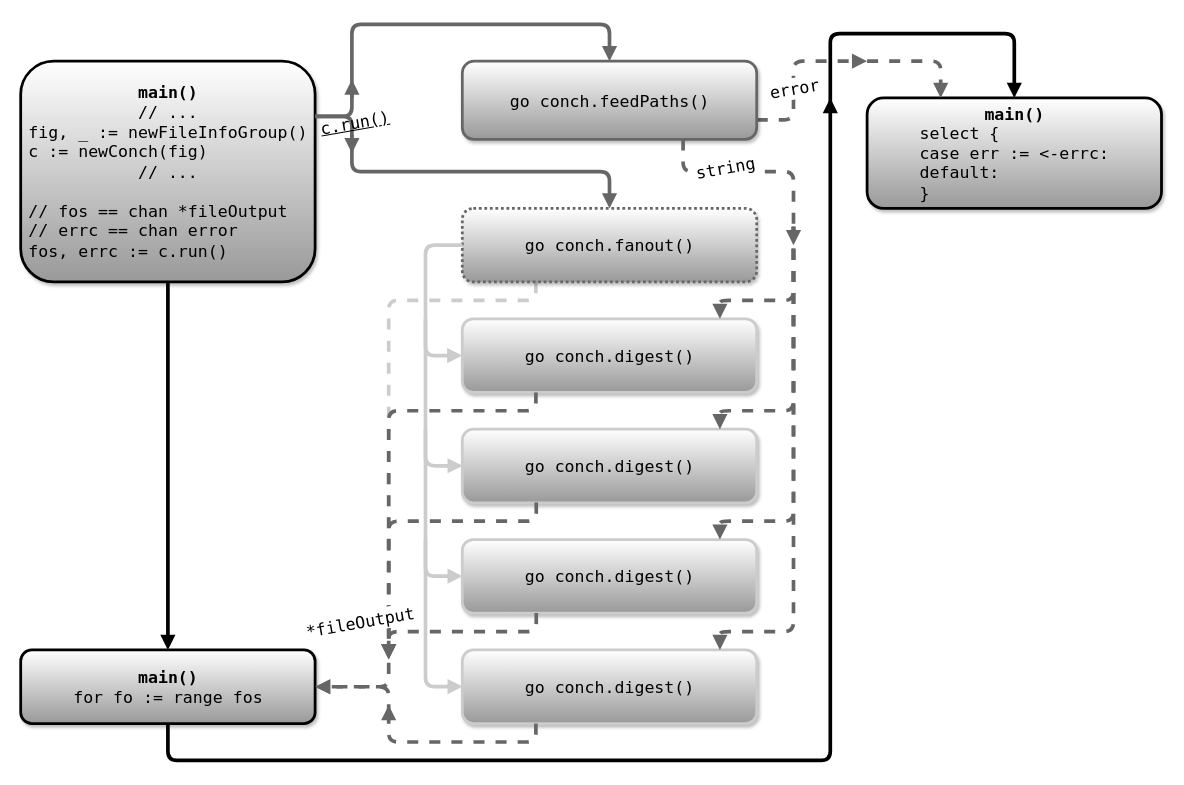
Above: talks/feeding_concurrent_processes/svg/conch0-v002.dio in euggo/meetup (draw.io), before the change. Source tidied: cells renumbered, new cells numbered last; positions are measured from the earlier drawing's top-left corner, leaving out a move shared by most shapes. Both pictures are drawn from the tidied source at 92%, with x=0, y=0 at pixel (20, -17).
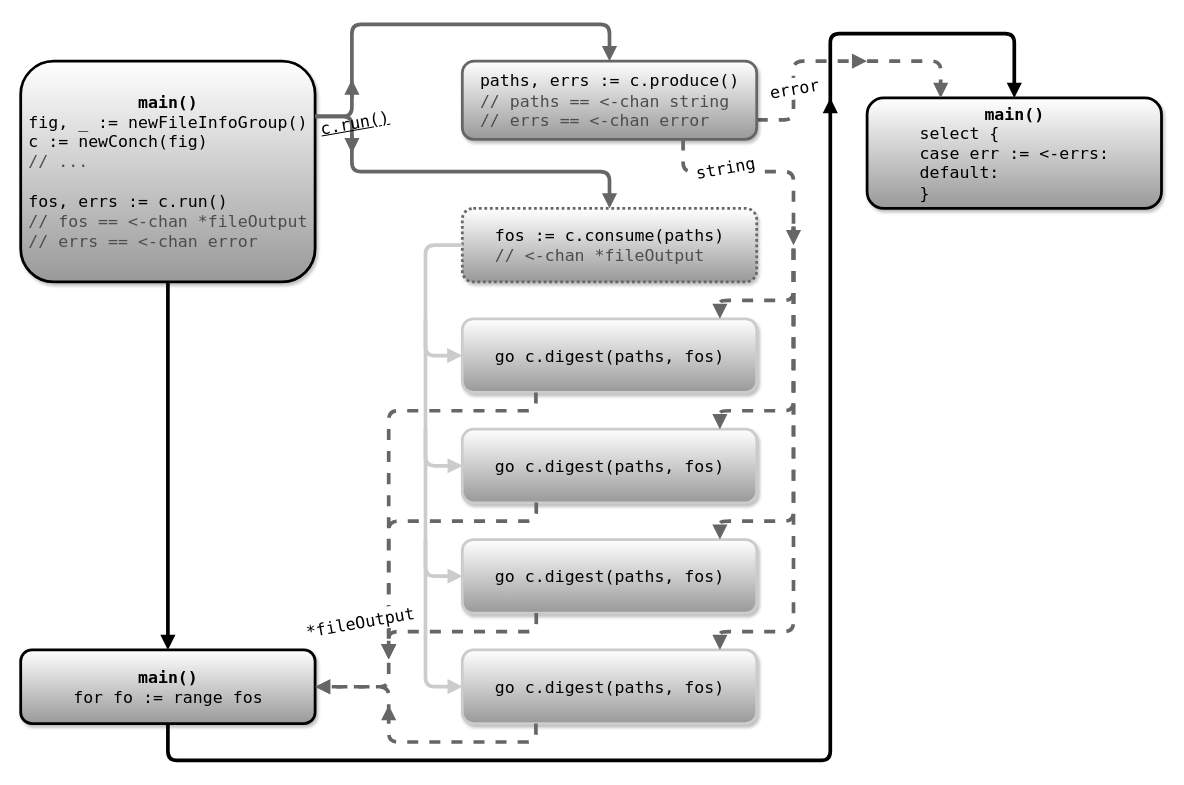
The same diagram, later.

What changed in the source:
```diff
@@
-    <mxCell id="2" style="edgeStyle=elbowEdgeStyle;strokeWidth=4;endArrow=block;endFill=1;fontStyle=0;dashed=1;html=1;fontFamily=Lucida Console;fontSize=18;elbow=vertical;exitX=0.25;exitY=1;strokeColor=#CCCCCC;" parent="1" edge="1" source="10">
-      <mxGeometry x="-700" y="60" as="geometry">
-        <mxPoint x="400" y="735" as="targetPoint" />
-        <Array as="points">
-          <mxPoint x="490" y="345" />
-        </Array>
-      </mxGeometry>
-    </mxCell>
@@
-    <mxCell id="4" value="go conch.feedPaths()" style="rounded=1;fillColor=#FFFFFF;strokeColor=#666666;shadow=1;gradientColor=#999999;fontStyle=0;html=1;fontFamily=Lucida Console;fontSize=18;strokeWidth=3;" parent="1" vertex="1">
+    <mxCell id="4" value="&lt;div style=&quot;text-align: left&quot;&gt;&lt;span&gt;paths, errs := c.produce()&lt;/span&gt;&lt;/div&gt;&lt;div style=&quot;text-align: left&quot;&gt;&lt;font color=&quot;#4d4d4d&quot;&gt;// paths == &amp;lt;-chan string&lt;/font&gt;&lt;/div&gt;&lt;div style=&quot;text-align: left&quot;&gt;&lt;font color=&quot;#4d4d4d&quot;&gt;// errs == &amp;lt;-chan error&lt;/font&gt;&lt;/div&gt;" style="rounded=1;fillColor=#FFFFFF;strokeColor=#666666;shadow=1;gradientColor=#999999;fontStyle=0;html=1;fontFamily=Lucida Console;fontSize=18;strokeWidth=3;" parent="1" vertex="1">
       <mxGeometry x="480" y="85" width="320" height="85" as="geometry" />
     </mxCell>
@@
-    <mxCell id="6" value="&lt;div style=&quot;text-align: center&quot;&gt;&lt;span&gt;&lt;b&gt;main()&lt;/b&gt;&lt;/span&gt;&lt;/div&gt;&lt;div style=&quot;text-align: center&quot;&gt;&lt;span&gt;// ...&lt;/span&gt;&lt;/div&gt;&lt;div style=&quot;text-align: left&quot;&gt;fig, _ := newFileInfoGroup()&lt;/div&gt;&lt;div style=&quot;text-align: left&quot;&gt;c := newConch(fig)&lt;/div&gt;&lt;div style=&quot;text-align: center&quot;&gt;// ...&lt;/div&gt;&lt;div style=&quot;text-align: center&quot;&gt;&lt;br&gt;&lt;/div&gt;&lt;div style=&quot;text-align: left&quot;&gt;// fos == chan *fileOutput&lt;/div&gt;&lt;div style=&quot;text-align: left&quot;&gt;// errc == chan error&lt;/div&gt;&lt;div style=&quot;text-align: left&quot;&gt;fos, errc := c.run()&lt;/div&gt;" style="rounded=1;fillColor=#FFFFFF;strokeColor=#000000;shadow=1;gradientColor=#999999;fontStyle=0;html=1;fontFamily=Lucida Console;fontSize=18;strokeWidth=3;align=center;" parent="1" vertex="1">
+    <mxCell id="6" value="&lt;div style=&quot;text-align: center&quot;&gt;&lt;span&gt;&lt;b&gt;main()&lt;/b&gt;&lt;/span&gt;&lt;/div&gt;&lt;div style=&quot;text-align: left&quot;&gt;&lt;span&gt;fig, _ := newFileInfoGroup()&lt;/span&gt;&lt;br&gt;&lt;/div&gt;&lt;div style=&quot;text-align: left&quot;&gt;c := newConch(fig)&lt;/div&gt;&lt;div style=&quot;text-align: left&quot;&gt;&lt;font color=&quot;#4d4d4d&quot;&gt;// ...&lt;/font&gt;&lt;/div&gt;&lt;div style=&quot;text-align: center&quot;&gt;&lt;br&gt;&lt;/div&gt;&lt;div style=&quot;text-align: left&quot;&gt;&lt;span&gt;fos, errs := c.run()&lt;/span&gt;&lt;br&gt;&lt;/div&gt;&lt;div style=&quot;text-align: left&quot;&gt;&lt;div&gt;&lt;font color=&quot;#4d4d4d&quot;&gt;// fos == &amp;lt;-chan *fileOutput&lt;/font&gt;&lt;/div&gt;&lt;div&gt;&lt;font color=&quot;#4d4d4d&quot;&gt;// errs == &amp;lt;-chan error&lt;/font&gt;&lt;/div&gt;&lt;/div&gt;" style="rounded=1;fillColor=#FFFFFF;strokeColor=#000000;shadow=1;gradientColor=#999999;fontStyle=0;html=1;fontFamily=Lucida Console;fontSize=18;strokeWidth=3;align=center;" parent="1" vertex="1">
       <mxGeometry y="85" width="320" height="240" as="geometry" />
     </mxCell>
@@
-    <mxCell id="8" value="&lt;b&gt;main()&lt;/b&gt;&lt;div style=&quot;text-align: left&quot;&gt;for fo := range fos&lt;/div&gt;" style="rounded=1;fillColor=#FFFFFF;strokeColor=#000000;shadow=1;gradientColor=#999999;fontStyle=0;html=1;fontFamily=Lucida Console;fontSize=18;strokeWidth=3;" parent="1" vertex="1">
+    <mxCell id="8" value="&lt;b&gt;main()&lt;/b&gt;&lt;div style=&quot;text-align: left&quot;&gt;&lt;span&gt;for fo := range fos&lt;/span&gt;&lt;br&gt;&lt;/div&gt;" style="rounded=1;fillColor=#FFFFFF;strokeColor=#000000;shadow=1;gradientColor=#999999;fontStyle=0;html=1;fontFamily=Lucida Console;fontSize=18;strokeWidth=3;" parent="1" vertex="1">
       <mxGeometry y="725" width="320" height="80" as="geometry" />
     </mxCell>
@@
-    <mxCell id="10" value="go conch.fanout()" style="rounded=1;fillColor=#FFFFFF;strokeColor=#666666;shadow=1;gradientColor=#999999;fontStyle=0;html=1;fontFamily=Lucida Console;fontSize=18;strokeWidth=3;dashed=1;dashPattern=1 1;" parent="1" vertex="1">
+    <mxCell id="10" value="&lt;div style=&quot;text-align: left&quot;&gt;&lt;span&gt;fos := c.consume(paths)&lt;/span&gt;&lt;/div&gt;&lt;div style=&quot;text-align: left&quot;&gt;&lt;font color=&quot;#4d4d4d&quot;&gt;// &amp;lt;-chan *fileOutput&lt;/font&gt;&lt;/div&gt;" style="rounded=1;fillColor=#FFFFFF;strokeColor=#666666;shadow=1;gradientColor=#999999;fontStyle=0;html=1;fontFamily=Lucida Console;fontSize=18;strokeWidth=3;dashed=1;dashPattern=1 1;" parent="1" vertex="1">
       <mxGeometry x="480" y="245" width="320" height="80" as="geometry" />
     </mxCell>
@@
-    <mxCell id="12" value="go conch.digest&lt;span&gt;()&lt;/span&gt;" style="rounded=1;fillColor=#FFFFFF;strokeColor=#CCCCCC;shadow=1;gradientColor=#999999;fontStyle=0;html=1;fontFamily=Lucida Console;fontSize=18;strokeWidth=3;" parent="1" vertex="1">
+    <mxCell id="12" value="&lt;div style=&quot;text-align: left&quot;&gt;&lt;span&gt;go c.digest&lt;/span&gt;&lt;span&gt;(paths, fos)&lt;/span&gt;&lt;/div&gt;" style="rounded=1;fillColor=#FFFFFF;strokeColor=#CCCCCC;shadow=1;gradientColor=#999999;fontStyle=0;html=1;fontFamily=Lucida Console;fontSize=18;strokeWidth=3;" parent="1" vertex="1">
       <mxGeometry x="480" y="365" width="320" height="80" as="geometry" />
     </mxCell>
-    <mxCell id="13" value="go conch.digest&lt;span&gt;()&lt;/span&gt;" style="rounded=1;fillColor=#FFFFFF;strokeColor=#CCCCCC;shadow=1;gradientColor=#999999;fontStyle=0;html=1;fontFamily=Lucida Console;fontSize=18;strokeWidth=3;" parent="1" vertex="1">
+    <mxCell id="13" value="&lt;div style=&quot;text-align: left&quot;&gt;&lt;span&gt;go c.digest&lt;/span&gt;&lt;span&gt;(paths, fos)&lt;/span&gt;&lt;/div&gt;" style="rounded=1;fillColor=#FFFFFF;strokeColor=#CCCCCC;shadow=1;gradientColor=#999999;fontStyle=0;html=1;fontFamily=Lucida Console;fontSize=18;strokeWidth=3;" parent="1" vertex="1">
       <mxGeometry x="480" y="485" width="320" height="80" as="geometry" />
     </mxCell>
-    <mxCell id="14" value="go conch.digest&lt;span&gt;()&lt;/span&gt;" style="rounded=1;fillColor=#FFFFFF;strokeColor=#CCCCCC;shadow=1;gradientColor=#999999;fontStyle=0;html=1;fontFamily=Lucida Console;fontSize=18;strokeWidth=3;" parent="1" vertex="1">
+    <mxCell id="14" value="&lt;div style=&quot;text-align: left&quot;&gt;&lt;span&gt;go c.digest&lt;/span&gt;&lt;span&gt;(paths, fos)&lt;/span&gt;&lt;/div&gt;" style="rounded=1;fillColor=#FFFFFF;strokeColor=#CCCCCC;shadow=1;gradientColor=#999999;fontStyle=0;html=1;fontFamily=Lucida Console;fontSize=18;strokeWidth=3;" parent="1" vertex="1">
       <mxGeometry x="480" y="605" width="320" height="80" as="geometry" />
     </mxCell>
-    <mxCell id="15" value="go conch.digest&lt;span&gt;()&lt;/span&gt;" style="rounded=1;fillColor=#FFFFFF;strokeColor=#CCCCCC;shadow=1;gradientColor=#999999;fontStyle=0;html=1;fontFamily=Lucida Console;fontSize=18;strokeWidth=3;" parent="1" vertex="1">
+    <mxCell id="15" value="&lt;div style=&quot;text-align: left&quot;&gt;&lt;span&gt;go c.digest&lt;/span&gt;&lt;span&gt;(paths, fos)&lt;/span&gt;&lt;/div&gt;" style="rounded=1;fillColor=#FFFFFF;strokeColor=#CCCCCC;shadow=1;gradientColor=#999999;fontStyle=0;html=1;fontFamily=Lucida Console;fontSize=18;strokeWidth=3;" parent="1" vertex="1">
       <mxGeometry x="480" y="725" width="320" height="80" as="geometry" />
     </mxCell>
@@
-    <mxCell id="29" value="&lt;b&gt;main()&lt;/b&gt;&lt;div style=&quot;text-align: left&quot;&gt;select {&lt;/div&gt;&lt;div style=&quot;text-align: left&quot;&gt;case err := &amp;lt;-errc:&lt;/div&gt;&lt;div style=&quot;text-align: left&quot;&gt;default:&lt;/div&gt;&lt;div style=&quot;text-align: left&quot;&gt;}&lt;/div&gt;" style="rounded=1;fillColor=#FFFFFF;strokeColor=#000000;shadow=1;gradientColor=#999999;fontStyle=0;html=1;fontFamily=Lucida Console;fontSize=18;strokeWidth=3;" parent="1" vertex="1">
+    <mxCell id="29" value="&lt;div style=&quot;text-align: center&quot;&gt;&lt;b&gt;main()&lt;/b&gt;&lt;/div&gt;&lt;div style=&quot;text-align: left&quot;&gt;select {&lt;/div&gt;&lt;div style=&quot;text-align: left&quot;&gt;case err := &amp;lt;-errs:&lt;/div&gt;&lt;div style=&quot;text-align: left&quot;&gt;default:&lt;/div&gt;&lt;div style=&quot;text-align: left&quot;&gt;}&lt;/div&gt;" style="rounded=1;fillColor=#FFFFFF;strokeColor=#000000;shadow=1;gradientColor=#999999;fontStyle=0;html=1;fontFamily=Lucida Console;fontSize=18;strokeWidth=3;" parent="1" vertex="1">
       <mxGeometry x="920" y="125" width="320" height="120" as="geometry" />
     </mxCell>
```
